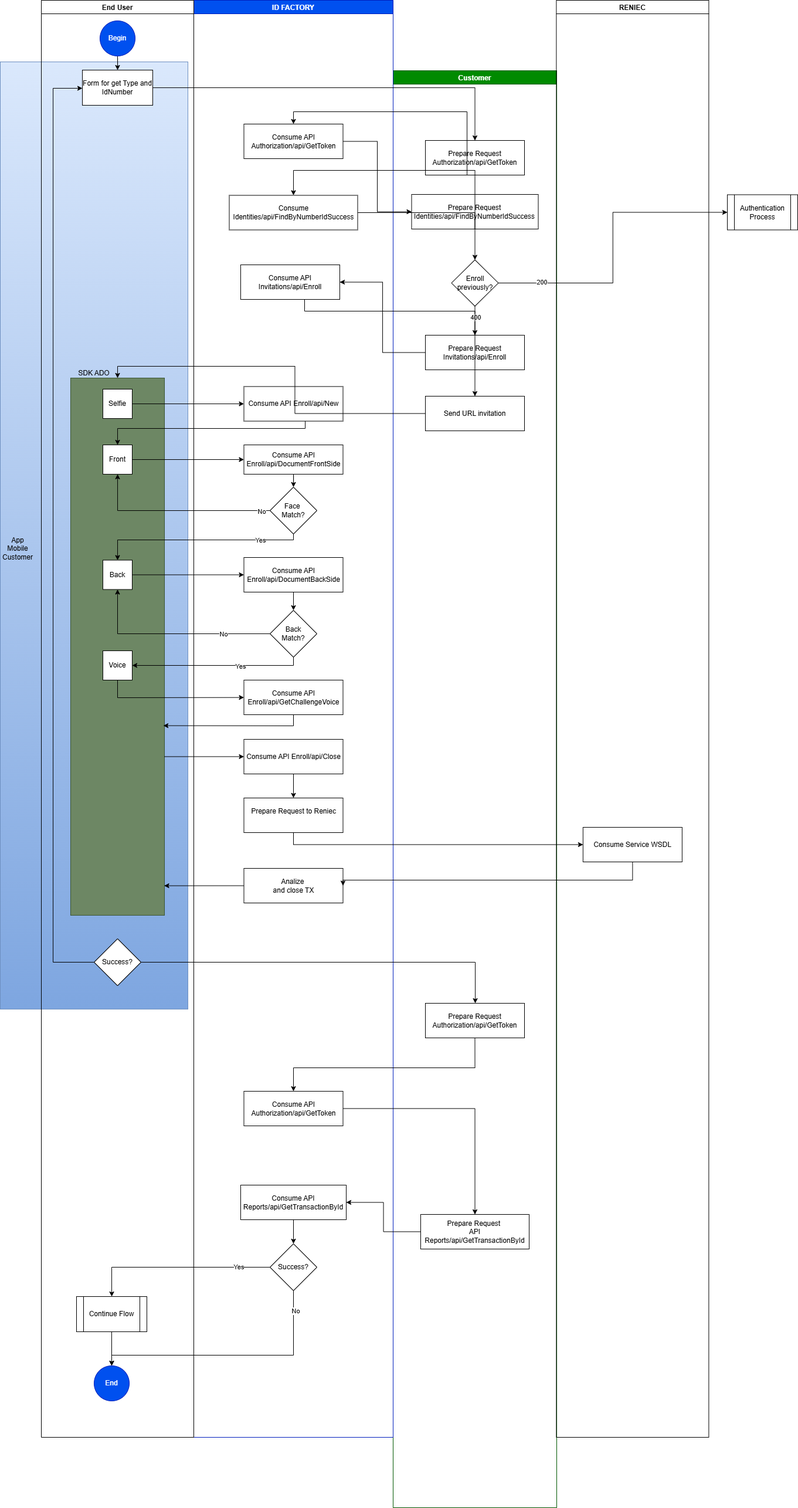
The draw.io diagram V2/imgs/FlujoGeneralEnrollEcuador.png in A3-Enterprise/A3.Frontend.Documentations, before a commit. Source tidied: cells renumbered, new cells last; positions are measured from the earlier drawing's top-left corner, leaving out a move shared by most shapes.
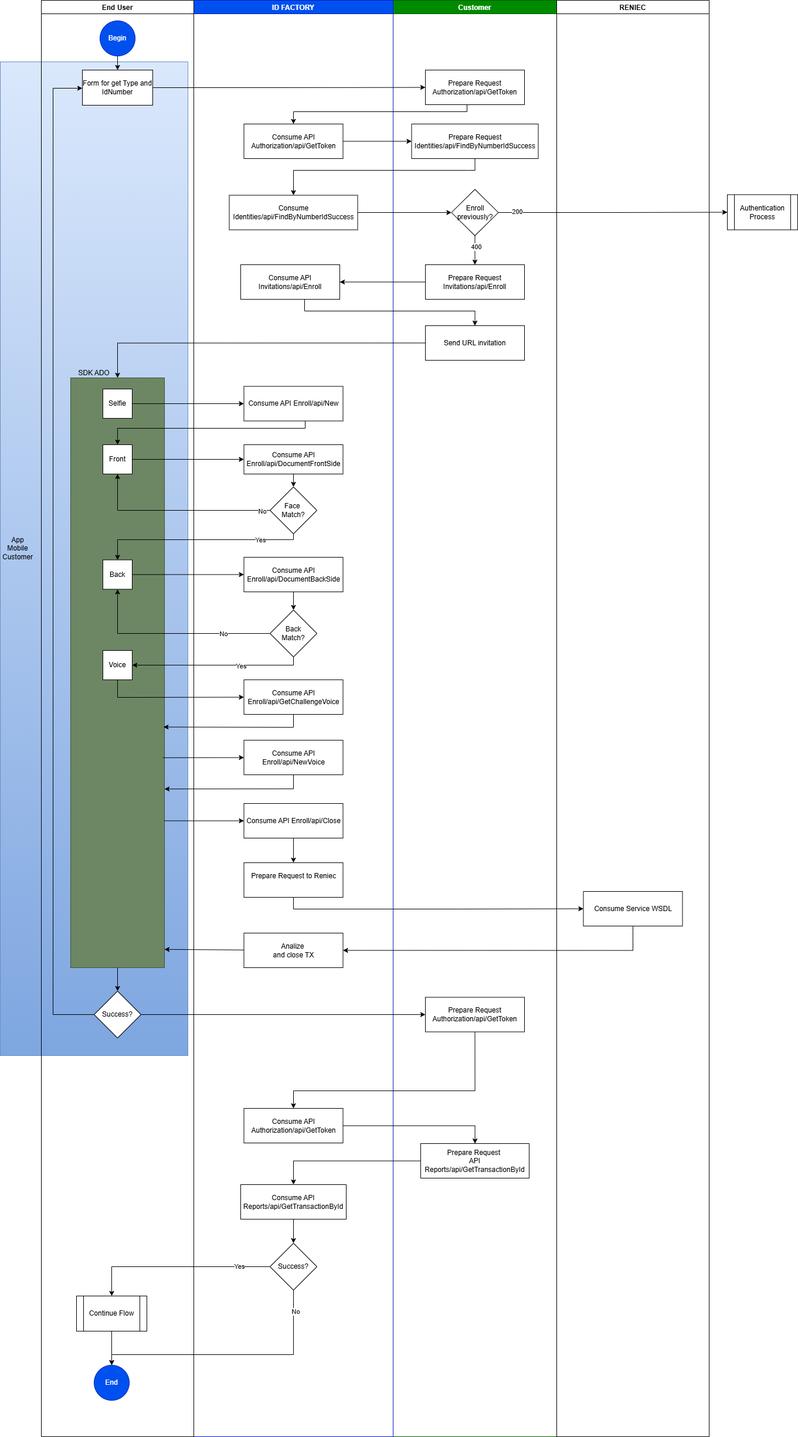
Above is the later version.

Diff of the diagram source:
```diff
@@ -3,13 +3,13 @@
     <mxCell id="0" />
     <mxCell id="1" parent="0" />
     <mxCell id="2" style="rounded=0;whiteSpace=wrap;html=1;fillColor=#dae8fc;gradientColor=#7ea6e0;strokeColor=#6c8ebf;" parent="1" vertex="1">
-      <mxGeometry y="105" width="320" height="1615" as="geometry" />
+      <mxGeometry y="105" width="320" height="1695" as="geometry" />
     </mxCell>
     <mxCell id="3" style="rounded=0;whiteSpace=wrap;html=1;align=left;fillColor=#6d8764;fontColor=#ffffff;strokeColor=#3A5431;" parent="1" vertex="1">
-      <mxGeometry x="120" y="644" width="160" height="916" as="geometry" />
+      <mxGeometry x="120" y="644" width="160" height="1006" as="geometry" />
     </mxCell>
     <mxCell id="4" value="Customer" style="swimlane;fillColor=#008a00;fontColor=#ffffff;strokeColor=#005700;" parent="1" vertex="1">
-      <mxGeometry x="670" y="120" width="279" height="2450" as="geometry" />
+      <mxGeometry x="670" width="279" height="2450" as="geometry" />
     </mxCell>
     <mxCell id="5" value="Prepare Request Identities/api/FindByNumberIdSuccess" style="rounded=0;whiteSpace=wrap;html=1;" parent="4" vertex="1">
       <mxGeometry x="31.5" y="211" width="216" height="59" as="geometry" />
@@ -33,7 +33,7 @@
       <mxGeometry x="55" y="119" width="169" height="59" as="geometry" />
     </mxCell>
     <mxCell id="12" value="Prepare Request Authorization/api/GetToken" style="rounded=0;whiteSpace=wrap;html=1;" parent="4" vertex="1">
-      <mxGeometry x="55" y="1590" width="169" height="59" as="geometry" />
+      <mxGeometry x="55" y="1700.5" width="169" height="59" as="geometry" />
     </mxCell>
     <mxCell id="13" value="Prepare Request&amp;nbsp;&lt;div&gt;API Reports/api/GetTransactionById&lt;/div&gt;" style="rounded=0;whiteSpace=wrap;html=1;" parent="4" vertex="1">
       <mxGeometry x="47" y="1950" width="185" height="59" as="geometry" />
@@ -45,7 +45,7 @@
       <mxGeometry x="85.5" y="211" width="169" height="59" as="geometry" />
     </mxCell>
     <mxCell id="16" value="Prepare Request to Reniec&lt;div&gt;&lt;br&gt;&lt;/div&gt;" style="rounded=0;whiteSpace=wrap;html=1;" parent="14" vertex="1">
-      <mxGeometry x="85.5" y="1360" width="169" height="59" as="geometry" />
+      <mxGeometry x="85.5" y="1471" width="169" height="59" as="geometry" />
     </mxCell>
     <mxCell id="17" value="Consume API Reports/api/GetTransactionById" style="rounded=0;whiteSpace=wrap;html=1;" parent="14" vertex="1">
       <mxGeometry x="80" y="2020" width="180" height="59" as="geometry" />
@@ -54,13 +54,13 @@
       <mxGeometry relative="1" as="geometry" />
     </mxCell>
     <mxCell id="19" value="Consume API Authorization/api/GetToken" style="rounded=0;whiteSpace=wrap;html=1;" parent="14" vertex="1">
-      <mxGeometry x="85.5" y="1860" width="169" height="59" as="geometry" />
+      <mxGeometry x="85.5" y="1890" width="169" height="59" as="geometry" />
     </mxCell>
     <mxCell id="20" value="Analize&amp;nbsp;&lt;div&gt;and close TX&lt;/div&gt;" style="rounded=0;whiteSpace=wrap;html=1;" parent="14" vertex="1">
-      <mxGeometry x="85.5" y="1480" width="169" height="59" as="geometry" />
+      <mxGeometry x="85.5" y="1591" width="169" height="59" as="geometry" />
     </mxCell>
     <mxCell id="21" value="Consume API Enroll/api/Close" style="rounded=0;whiteSpace=wrap;html=1;" parent="14" vertex="1">
-      <mxGeometry x="85.5" y="1260" width="169" height="59" as="geometry" />
+      <mxGeometry x="85.5" y="1370" width="169" height="59" as="geometry" />
     </mxCell>
     <mxCell id="22" style="edgeStyle=orthogonalEdgeStyle;rounded=0;jettySize=auto;html=1;entryX=0.5;entryY=0;entryDx=0;entryDy=0;" parent="14" edge="1" source="21" target="16">
       <mxGeometry relative="1" as="geometry" />
@@ -98,6 +98,9 @@
     <mxCell id="33" value="Consume API Enroll/api/GetChallengeVoice" style="rounded=0;whiteSpace=wrap;html=1;" parent="14" vertex="1">
       <mxGeometry x="85.5" y="1159" width="169" height="59" as="geometry" />
     </mxCell>
+    <mxCell id="88" value="Consume API Enroll/api/NewVoice" style="rounded=0;whiteSpace=wrap;html=1;" parent="14" vertex="1">
+      <mxGeometry x="85.5" y="1262" width="169" height="59" as="geometry" />
+    </mxCell>
     <mxCell id="34" value="End User" style="swimlane;" parent="1" vertex="1">
       <mxGeometry x="70" width="260" height="2450" as="geometry" />
     </mxCell>
@@ -117,12 +120,12 @@
       <mxGeometry x="105" y="954.5" width="50" height="50" as="geometry" />
     </mxCell>
     <mxCell id="40" value="Success?" style="rhombus;whiteSpace=wrap;html=1;" parent="34" vertex="1">
-      <mxGeometry x="90" y="1600" width="80" height="80" as="geometry" />
+      <mxGeometry x="90" y="1690" width="80" height="80" as="geometry" />
     </mxCell>
     <mxCell id="41" style="edgeStyle=orthogonalEdgeStyle;rounded=0;jettySize=auto;html=1;entryX=0;entryY=0.5;entryDx=0;entryDy=0;" parent="34" edge="1" source="40" target="37">
       <mxGeometry relative="1" as="geometry">
         <Array as="points">
-          <mxPoint x="20" y="1640" />
+          <mxPoint x="20" y="1730" />
           <mxPoint x="20" y="150" />
           <mxPoint x="70" y="150" />
         </Array>
@@ -161,10 +164,10 @@
       </mxGeometry>
     </mxCell>
     <mxCell id="51" value="RENIEC" style="swimlane;" parent="1" vertex="1">
-      <mxGeometry x="948.4" width="260" height="2450" as="geometry" />
+      <mxGeometry x="949" width="260" height="2450" as="geometry" />
     </mxCell>
     <mxCell id="52" value="Consume Service WSDL" style="rounded=0;whiteSpace=wrap;html=1;" parent="51" vertex="1">
-      <mxGeometry x="45.5" y="1410" width="169" height="59" as="geometry" />
+      <mxGeometry x="45.5" y="1520" width="169" height="59" as="geometry" />
     </mxCell>
     <mxCell id="53" style="edgeStyle=orthogonalEdgeStyle;rounded=0;jettySize=auto;html=1;entryX=0;entryY=0.5;entryDx=0;entryDy=0;exitX=1;exitY=0.5;exitDx=0;exitDy=0;" parent="1" edge="1" source="8" target="55">
       <mxGeometry relative="1" as="geometry" />
@@ -180,7 +183,7 @@
     <mxCell id="56" style="edgeStyle=orthogonalEdgeStyle;rounded=0;jettySize=auto;html=1;entryX=1;entryY=0.5;entryDx=0;entryDy=0;exitX=0.5;exitY=1;exitDx=0;exitDy=0;" parent="1" edge="1" source="52" target="20">
       <mxGeometry relative="1" as="geometry">
         <Array as="points">
-          <mxPoint x="1078" y="1500" />
+          <mxPoint x="1079" y="1621" />
         </Array>
       </mxGeometry>
     </mxCell>
@@ -194,7 +197,7 @@
     <mxCell id="58" style="edgeStyle=orthogonalEdgeStyle;rounded=0;jettySize=auto;html=1;exitX=1;exitY=0.5;exitDx=0;exitDy=0;" parent="1" edge="1" source="40" target="12">
       <mxGeometry relative="1" as="geometry">
         <Array as="points">
-          <mxPoint x="810" y="1640" />
+          <mxPoint x="810" y="1730" />
         </Array>
       </mxGeometry>
     </mxCell>
@@ -269,8 +272,8 @@
     <mxCell id="73" style="edgeStyle=orthogonalEdgeStyle;rounded=0;jettySize=auto;html=1;exitX=0.5;exitY=1;exitDx=0;exitDy=0;entryX=0.5;entryY=0;entryDx=0;entryDy=0;" parent="1" edge="1" source="12" target="19">
       <mxGeometry relative="1" as="geometry">
         <Array as="points">
-          <mxPoint x="810" y="1820" />
-          <mxPoint x="500" y="1820" />
+          <mxPoint x="810" y="1860" />
+          <mxPoint x="500" y="1860" />
         </Array>
       </mxGeometry>
     </mxCell>
@@ -325,13 +328,13 @@
         </Array>
       </mxGeometry>
     </mxCell>
-    <mxCell id="84" style="endArrow=classic;html=1;rounded=0;entryX=0.997;entryY=0.945;entryDx=0;entryDy=0;entryPerimeter=0;" parent="1" edge="1" source="20" target="3">
+    <mxCell id="84" style="endArrow=classic;html=1;rounded=0;entryX=1;entryY=0.969;entryDx=0;entryDy=0;entryPerimeter=0;" parent="1" edge="1" source="20" target="3">
       <mxGeometry relative="1" as="geometry" />
     </mxCell>
-    <mxCell id="85" style="endArrow=classic;html=1;rounded=0;entryX=0.988;entryY=0.647;entryDx=0;entryDy=0;entryPerimeter=0;" parent="1" edge="1" source="33" target="3">
+    <mxCell id="85" style="endArrow=classic;html=1;rounded=0;entryX=0.99;entryY=0.592;entryDx=0;entryDy=0;entryPerimeter=0;" parent="1" edge="1" source="33" target="3">
       <mxGeometry relative="1" as="geometry">
         <Array as="points">
-          <mxPoint x="500" y="1237" />
+          <mxPoint x="500" y="1240" />
         </Array>
       </mxGeometry>
     </mxCell>
@@ -345,5 +348,18 @@
     <mxCell id="87" value="No" style="edgeLabel;html=1;align=center;verticalAlign=middle;" parent="86" vertex="1">
       <mxGeometry x="-0.52" relative="1" as="geometry" />
     </mxCell>
+    <mxCell id="89" style="endArrow=classic;html=1;rounded=0;" parent="1" edge="1" source="3" target="40">
+      <mxGeometry relative="1" as="geometry" />
+    </mxCell>
+    <mxCell id="90" style="endArrow=classic;html=1;rounded=0;exitX=0.984;exitY=0.644;exitDx=0;exitDy=0;exitPerimeter=0;" parent="1" edge="1" source="3" target="88">
+      <mxGeometry relative="1" as="geometry" />
+    </mxCell>
+    <mxCell id="91" style="endArrow=classic;html=1;rounded=0;entryX=1;entryY=0.697;entryDx=0;entryDy=0;entryPerimeter=0;" parent="1" edge="1" source="88" target="3">
+      <mxGeometry relative="1" as="geometry">
+        <Array as="points">
+          <mxPoint x="500" y="1345" />
+        </Array>
+      </mxGeometry>
+    </mxCell>
   </root>
 </mxGraphModel>
```
